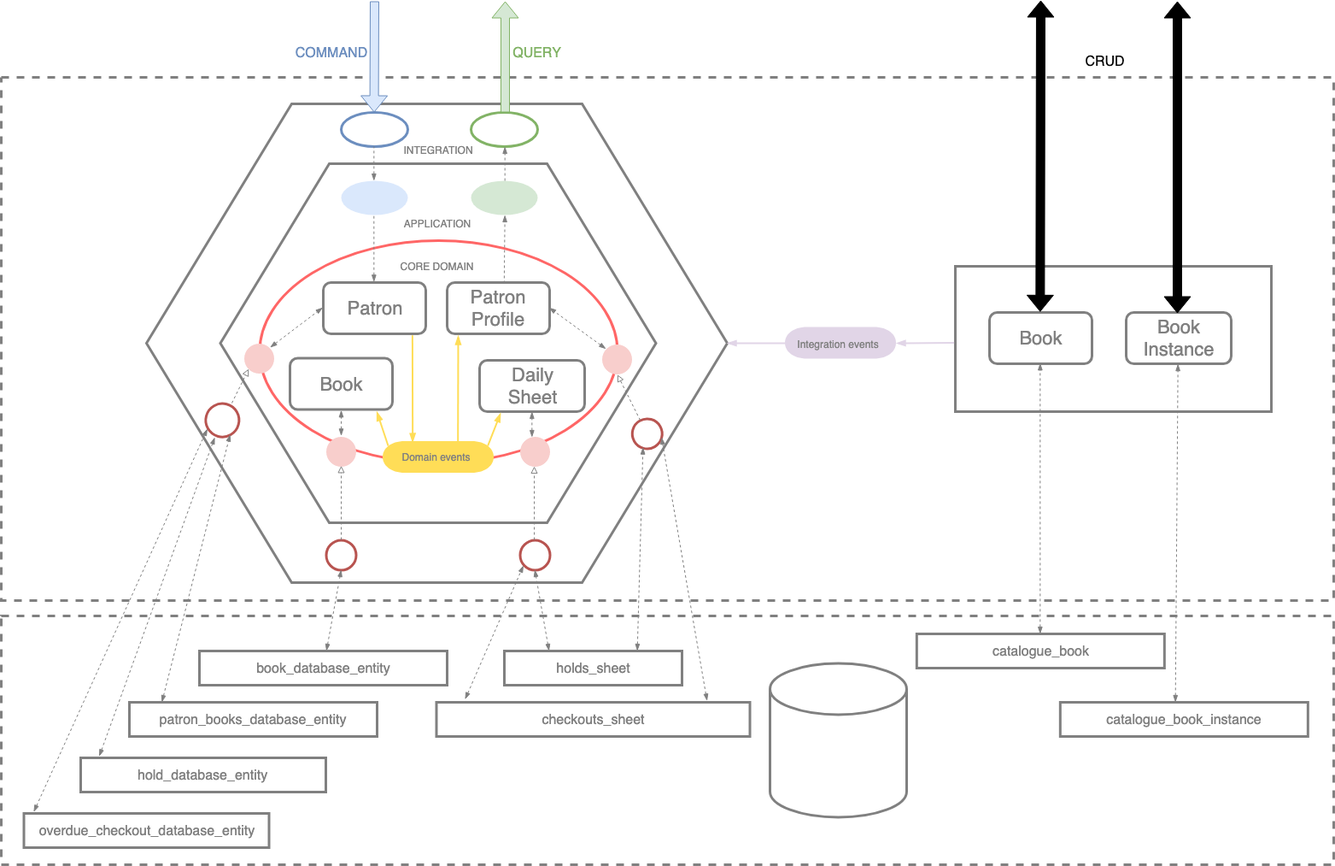
The draw.io diagram docs/images/arch-big-picture.png in ddd-by-examples/library, before a commit. Source tidied: cells renumbered, new cells last; positions are measured from the earlier drawing's top-left corner, leaving out a move shared by most shapes.
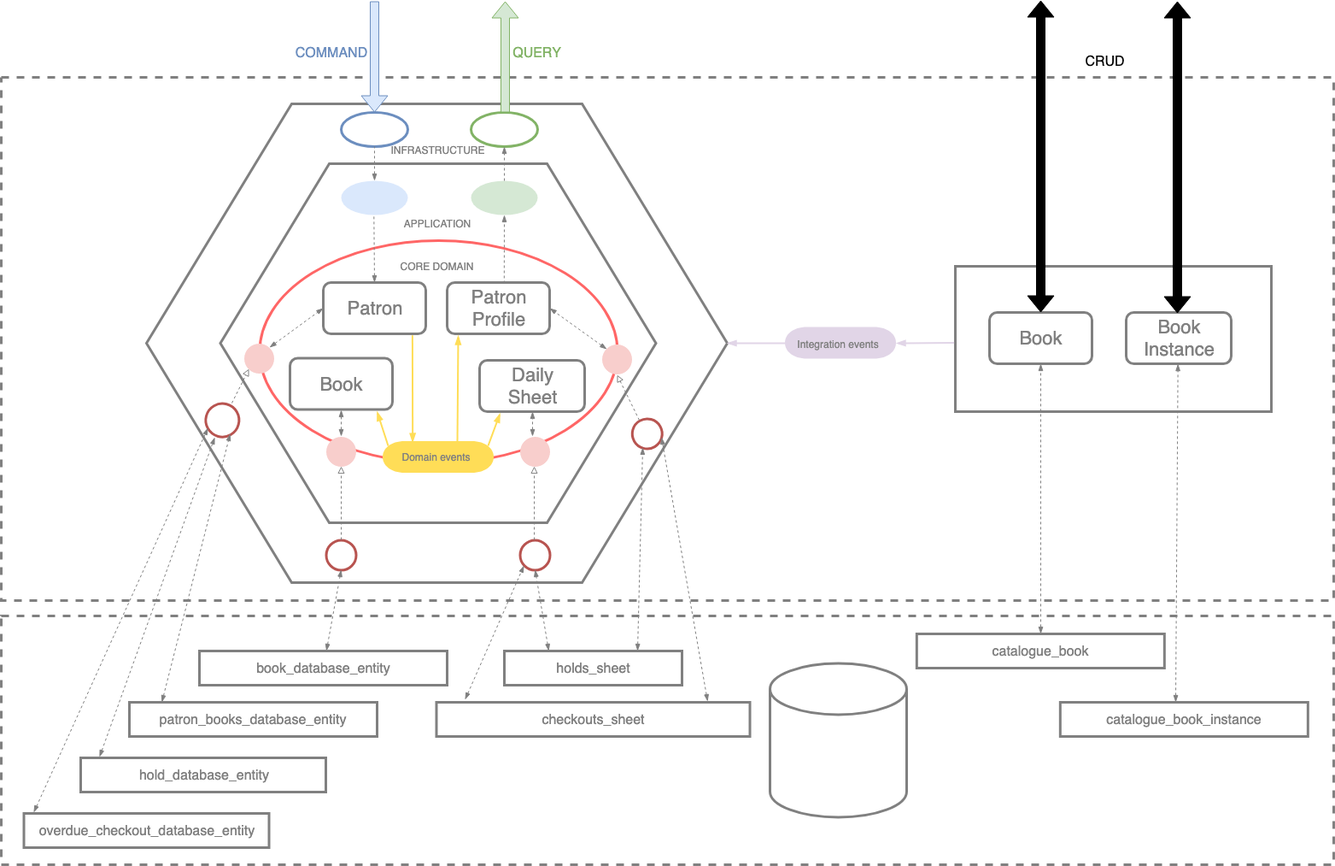
Later version of the same file.

Commit message:
Architecture big picture diagram updated

What changed in the source:
```diff
@@ -130,7 +130,7 @@
     <mxCell id="39" value="CORE DOMAIN&lt;br&gt;" style="text;html=1;strokeColor=none;fillColor=none;align=center;verticalAlign=middle;whiteSpace=wrap;rounded=0;fontColor=#808080;" parent="1" vertex="1">
       <mxGeometry x="460" y="301" width="100" height="20" as="geometry" />
     </mxCell>
-    <mxCell id="40" value="&lt;font color=&quot;#808080&quot;&gt;INTEGRATION&lt;/font&gt;" style="text;html=1;strokeColor=none;fillColor=none;align=center;verticalAlign=middle;whiteSpace=wrap;rounded=0;" parent="1" vertex="1">
+    <mxCell id="40" value="&lt;font color=&quot;#808080&quot;&gt;INFRASTRUCTURE&lt;/font&gt;" style="text;html=1;strokeColor=none;fillColor=none;align=center;verticalAlign=middle;whiteSpace=wrap;rounded=0;" parent="1" vertex="1">
       <mxGeometry x="476" y="165" width="70" height="20" as="geometry" />
     </mxCell>
     <mxCell id="41" style="group;" parent="1" vertex="1">
```
